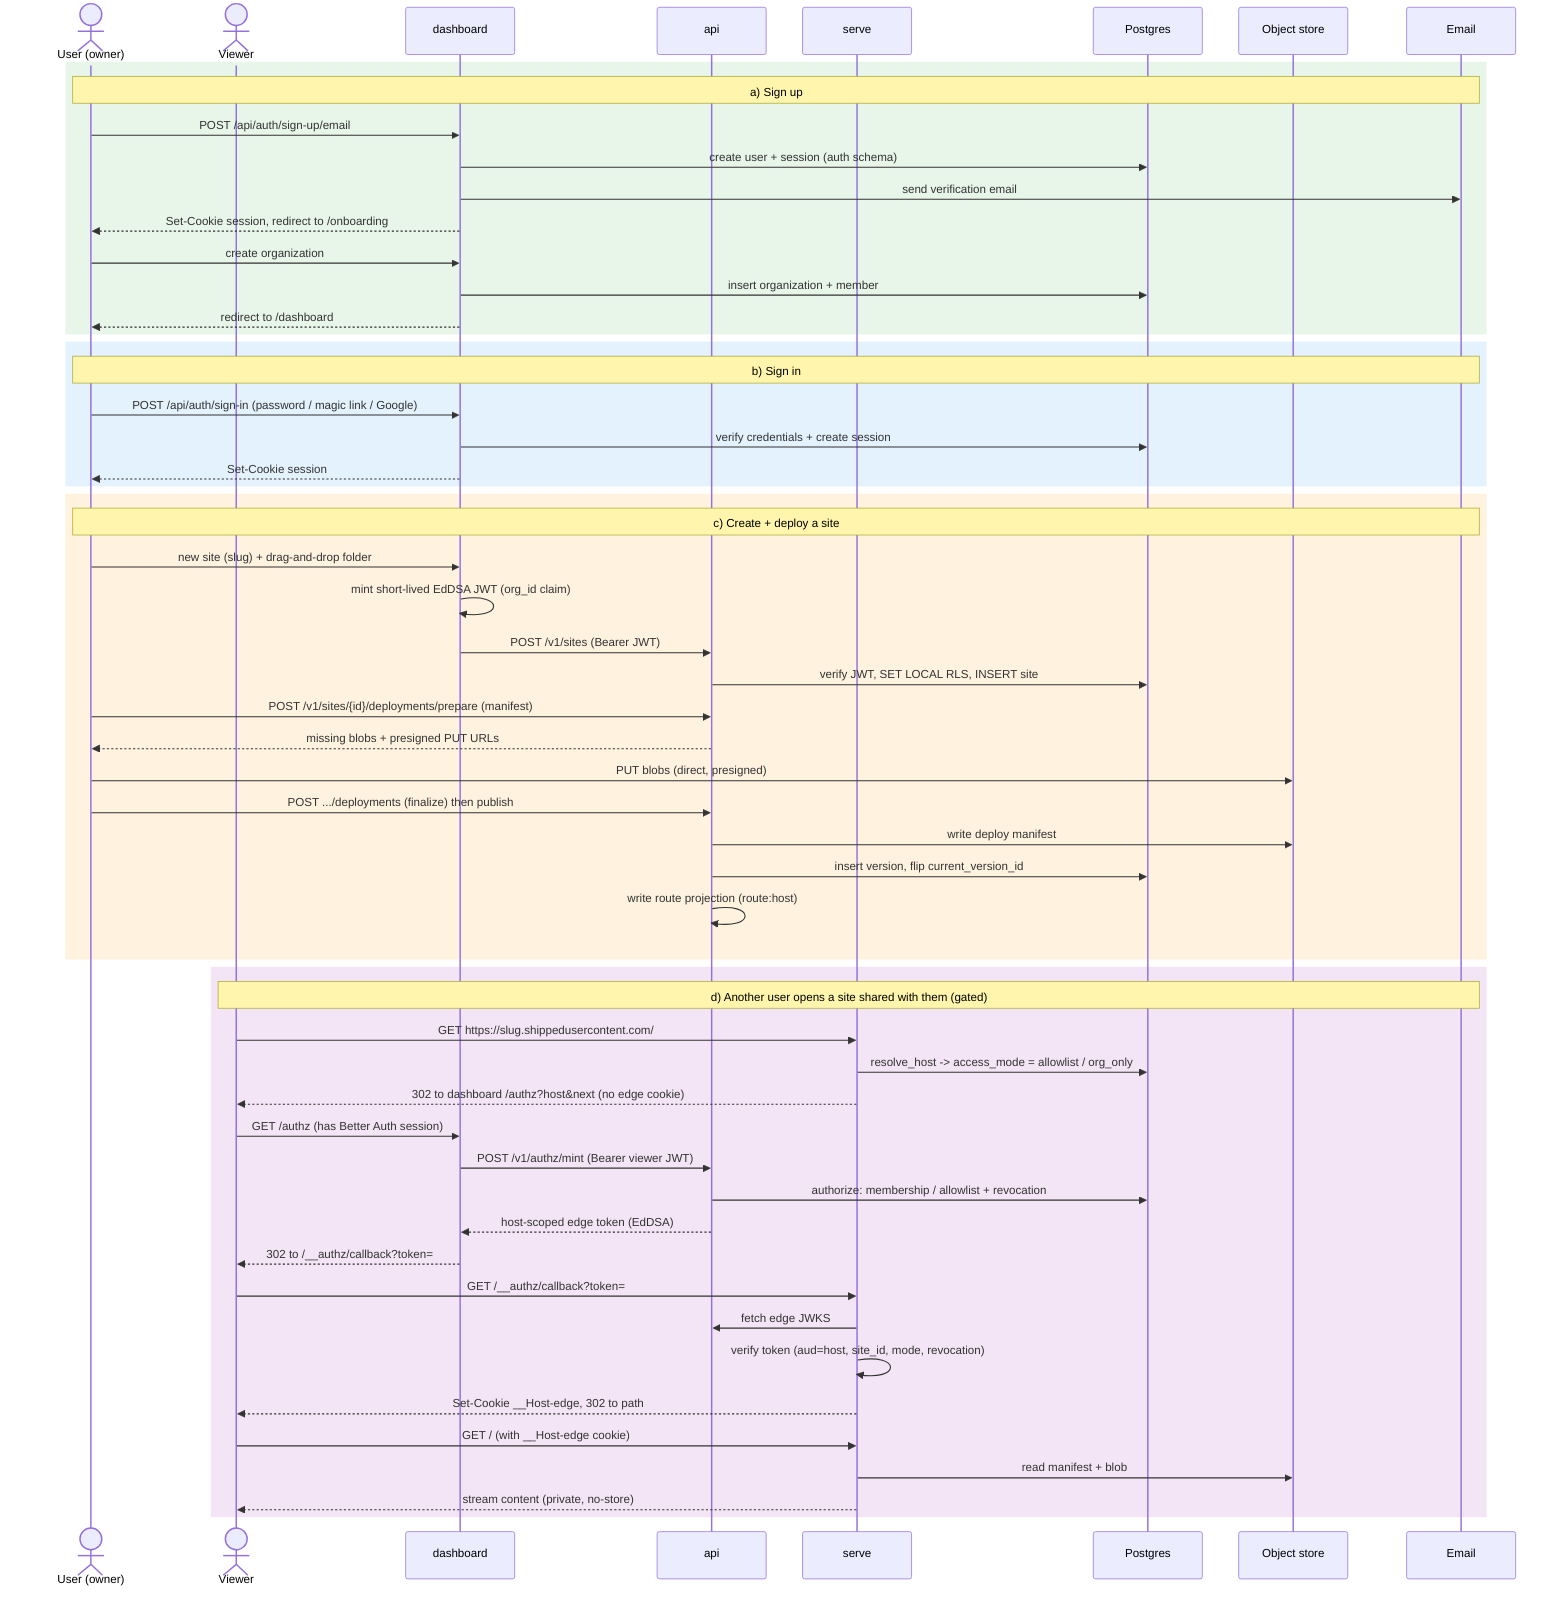
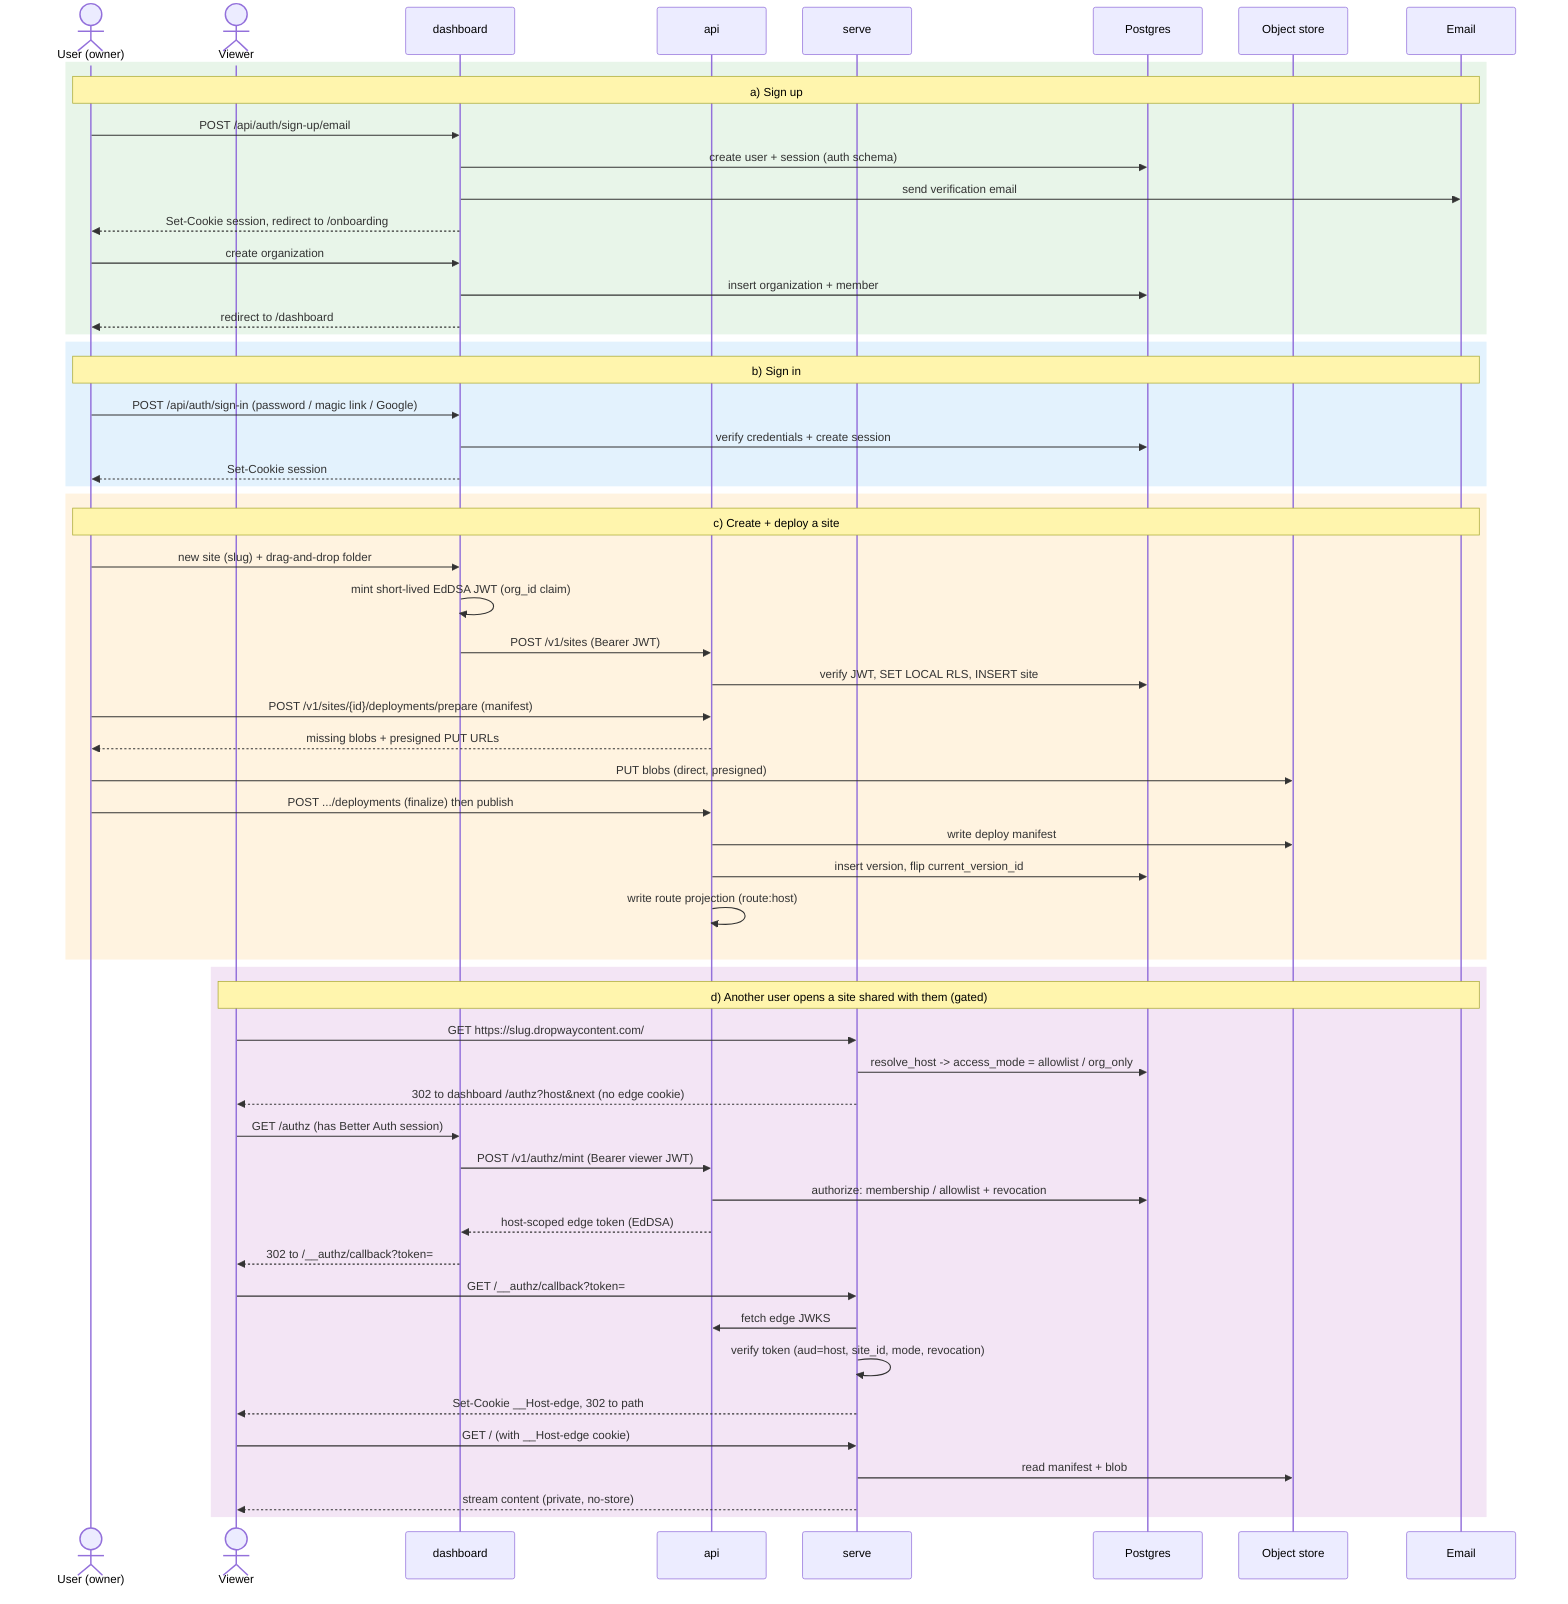
sequenceDiagram
  actor U as User (owner)
  actor V as Viewer
  participant D as dashboard
  participant A as api
  participant S as serve
  participant PG as Postgres
  participant OS as Object store
  participant M as Email

  rect rgb(232,245,233)
    note over U,M: a) Sign up
    U->>D: POST /api/auth/sign-up/email
    D->>PG: create user + session (auth schema)
    D->>M: send verification email
    D-->>U: Set-Cookie session, redirect to /onboarding
    U->>D: create organization
    D->>PG: insert organization + member
    D-->>U: redirect to /dashboard
  end

  rect rgb(227,242,253)
    note over U,M: b) Sign in
    U->>D: POST /api/auth/sign-in (password / magic link / Google)
    D->>PG: verify credentials + create session
    D-->>U: Set-Cookie session
  end

  rect rgb(255,243,224)
    note over U,M: c) Create + deploy a site
    U->>D: new site (slug) + drag-and-drop folder
    D->>D: mint short-lived EdDSA JWT (org_id claim)
    D->>A: POST /v1/sites (Bearer JWT)
    A->>PG: verify JWT, SET LOCAL RLS, INSERT site
    U->>A: POST /v1/sites/{id}/deployments/prepare (manifest)
    A-->>U: missing blobs + presigned PUT URLs
    U->>OS: PUT blobs (direct, presigned)
    U->>A: POST .../deployments (finalize) then publish
    A->>OS: write deploy manifest
    A->>PG: insert version, flip current_version_id
    A->>A: write route projection (route:host)
  end

  rect rgb(243,229,245)
    note over V,M: d) Another user opens a site shared with them (gated)
-     V->>S: GET https://slug.shippedusercontent.com/
+     V->>S: GET https://slug.dropwaycontent.com/
    S->>PG: resolve_host -> access_mode = allowlist / org_only
    S-->>V: 302 to dashboard /authz?host&next (no edge cookie)
    V->>D: GET /authz (has Better Auth session)
    D->>A: POST /v1/authz/mint (Bearer viewer JWT)
    A->>PG: authorize: membership / allowlist + revocation
    A-->>D: host-scoped edge token (EdDSA)
    D-->>V: 302 to /__authz/callback?token=
    V->>S: GET /__authz/callback?token=
    S->>A: fetch edge JWKS
    S->>S: verify token (aud=host, site_id, mode, revocation)
    S-->>V: Set-Cookie __Host-edge, 302 to path
    V->>S: GET / (with __Host-edge cookie)
    S->>OS: read manifest + blob
    S-->>V: stream content (private, no-store)
  end
